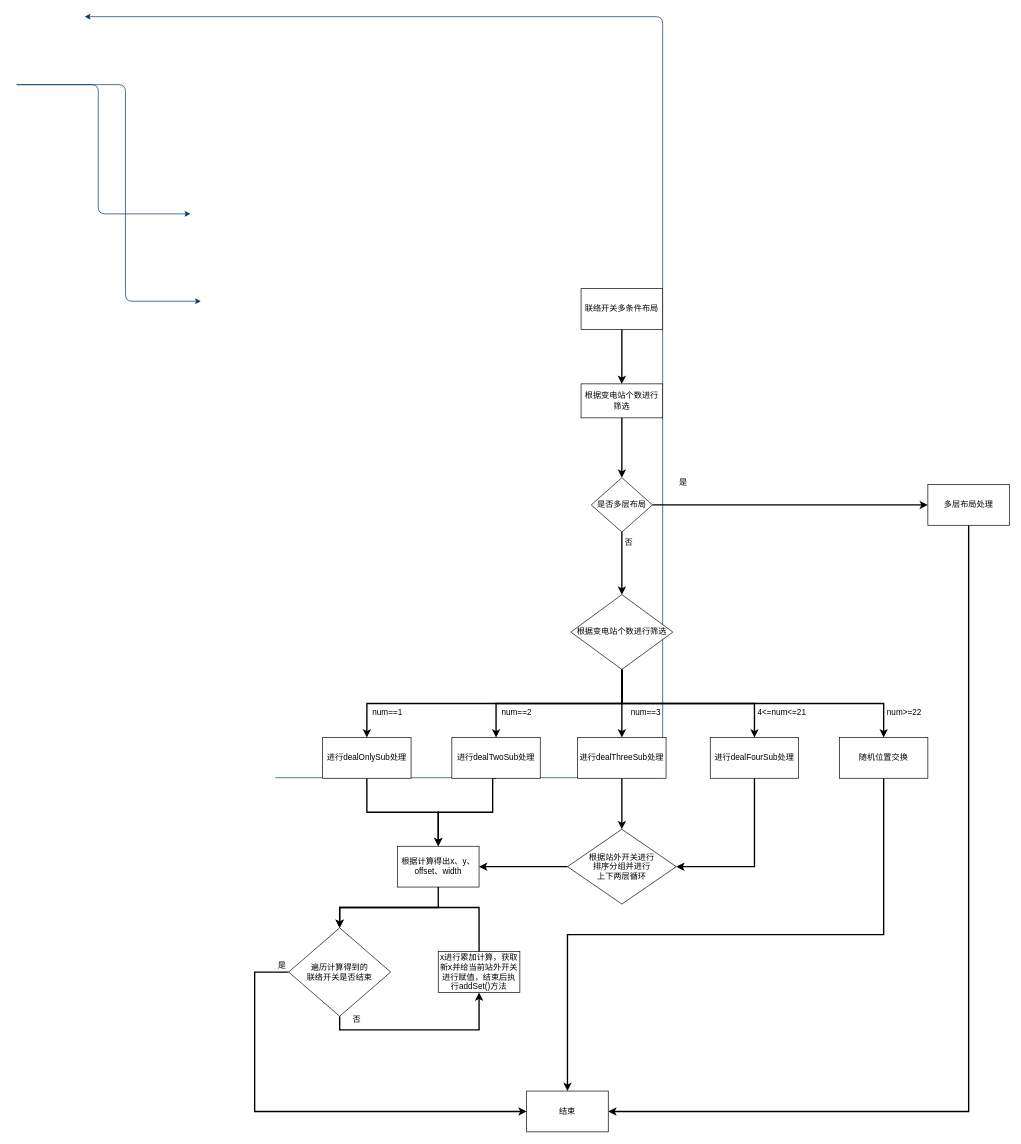
Earlier version of the draw.io diagram 联络开关.drawio (MXakon/Rocket.Chat). Source tidied: cells renumbered, new cells numbered last; positions are measured from the earlier drawing's top-left corner, leaving out a move shared by most shapes. Both pictures are drawn from the tidied source at 68%, with x=0, y=0 at pixel (16, 16).
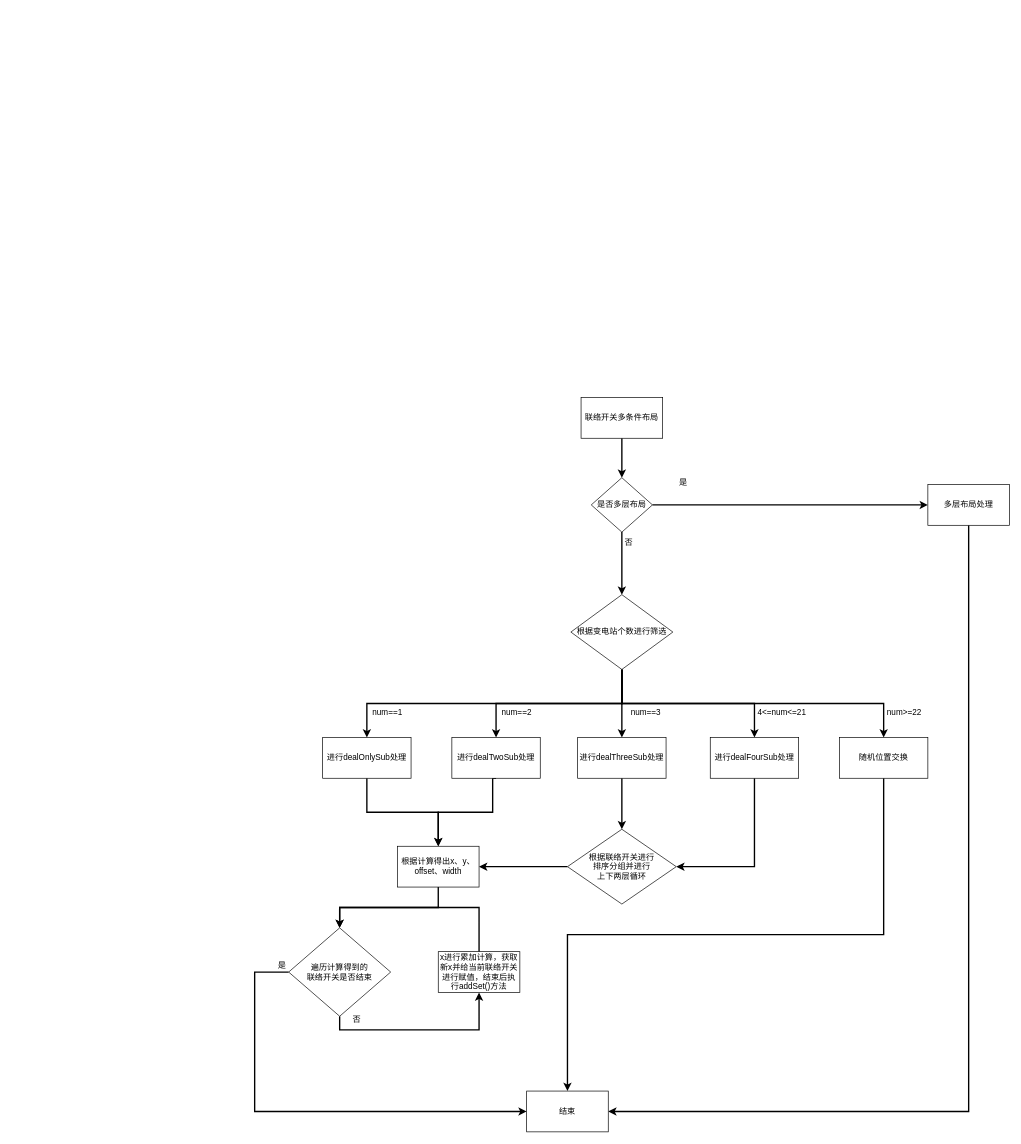
Above is the later version.

Commit message:
更新联络开关.drawio

Unchanged cells that the change refers to:
```xml
<mxCell id="11" value="是否多层布局" style="rhombus;whiteSpace=wrap;html=1;rounded=0;" parent="1" vertex="1">
  <mxGeometry x="845" y="678" width="90" height="80" as="geometry" />
</mxCell>
```

Diff of the diagram source:
```diff
@@
-    <mxCell id="2" style="edgeStyle=elbowEdgeStyle;elbow=horizontal;exitX=0;exitY=0.5;exitPerimeter=0;entryX=0;entryY=0.5;entryPerimeter=0;fontStyle=1;strokeColor=#003366;strokeWidth=1;html=1;" parent="1" edge="1">
-      <mxGeometry as="geometry">
-        <mxPoint y="100" as="sourcePoint" />
-        <mxPoint x="271" y="418.5" as="targetPoint" />
-        <Array as="points">
-          <mxPoint x="160" y="850" />
-        </Array>
-      </mxGeometry>
-    </mxCell>
-    <mxCell id="3" style="edgeStyle=elbowEdgeStyle;elbow=horizontal;exitX=1;exitY=0.5;exitPerimeter=0;entryX=0.905;entryY=0.5;entryPerimeter=0;fontStyle=1;strokeColor=#003366;strokeWidth=1;html=1;" parent="1" edge="1">
-      <mxGeometry as="geometry">
-        <mxPoint x="380.5" y="1119.2" as="sourcePoint" />
-        <mxPoint x="100" as="targetPoint" />
-        <Array as="points">
-          <mxPoint x="950" y="1320" />
-        </Array>
-      </mxGeometry>
-    </mxCell>
-    <mxCell id="4" style="edgeStyle=elbowEdgeStyle;elbow=horizontal;exitX=0;exitY=0.5;exitPerimeter=0;entryX=0.095;entryY=0.5;entryPerimeter=0;fontStyle=1;strokeColor=#003366;strokeWidth=1;html=1;" parent="1" edge="1">
-      <mxGeometry as="geometry">
-        <mxPoint y="100" as="sourcePoint" />
-        <mxPoint x="255.6" y="290" as="targetPoint" />
-        <Array as="points">
-          <mxPoint x="120" y="970" />
-        </Array>
-      </mxGeometry>
-    </mxCell>
-    <mxCell id="5" style="edgeStyle=orthogonalEdgeStyle;rounded=0;jettySize=auto;html=1;strokeWidth=2;" parent="1" edge="1" source="6" target="8">
-      <mxGeometry relative="1" as="geometry" />
-    </mxCell>
+    <mxCell id="49" style="edgeStyle=orthogonalEdgeStyle;rounded=0;jettySize=auto;html=1;exitX=0.5;exitY=1;exitDx=0;exitDy=0;entryX=0.5;entryY=0;entryDx=0;entryDy=0;strokeWidth=2;" parent="1" edge="1" source="6" target="11">
+      <mxGeometry relative="1" as="geometry">
+        <Array as="points">
+          <mxPoint x="890" y="640" />
+          <mxPoint x="890" y="640" />
+        </Array>
+      </mxGeometry>
+    </mxCell>
     <mxCell id="6" value="联络开关多条件布局" style="rounded=0;whiteSpace=wrap;html=1;" parent="1" vertex="1">
-      <mxGeometry x="830" y="400" width="120" height="60" as="geometry" />
+      <mxGeometry x="830" y="560" width="120" height="60" as="geometry" />
     </mxCell>
-    <mxCell id="7" style="edgeStyle=orthogonalEdgeStyle;rounded=0;jettySize=auto;html=1;strokeWidth=2;" parent="1" edge="1" source="8" target="11">
-      <mxGeometry relative="1" as="geometry">
-        <Array as="points">
-          <mxPoint x="890" y="640" />
-          <mxPoint x="890" y="640" />
-        </Array>
-      </mxGeometry>
-    </mxCell>
-    <mxCell id="8" value="根据变电站个数进行筛选" style="whiteSpace=wrap;html=1;rounded=0;" parent="1" vertex="1">
-      <mxGeometry x="830" y="540" width="120" height="50" as="geometry" />
-    </mxCell>
@@
-    <mxCell id="45" value="x进行累加计算，获取新x并给当前站外开关进行赋值，结束后执行addSet()方法" style="rounded=0;whiteSpace=wrap;html=1;" parent="1" vertex="1">
+    <mxCell id="45" value="x进行累加计算，获取新x并给当前联络开关进行赋值，结束后执行addSet()方法" style="rounded=0;whiteSpace=wrap;html=1;" parent="1" vertex="1">
       <mxGeometry x="620" y="1375" width="120" height="60" as="geometry" />
     </mxCell>
@@
-    <mxCell id="48" value="根据站外开关进行&lt;br&gt;排序分组并进行&lt;br&gt;上下两层循环" style="rhombus;whiteSpace=wrap;html=1;rounded=0;" parent="1" vertex="1">
+    <mxCell id="48" value="根据联络开关进行&lt;br&gt;排序分组并进行&lt;br&gt;上下两层循环" style="rhombus;whiteSpace=wrap;html=1;rounded=0;" parent="1" vertex="1">
       <mxGeometry x="810" y="1195" width="160" height="110" as="geometry" />
     </mxCell>
```
